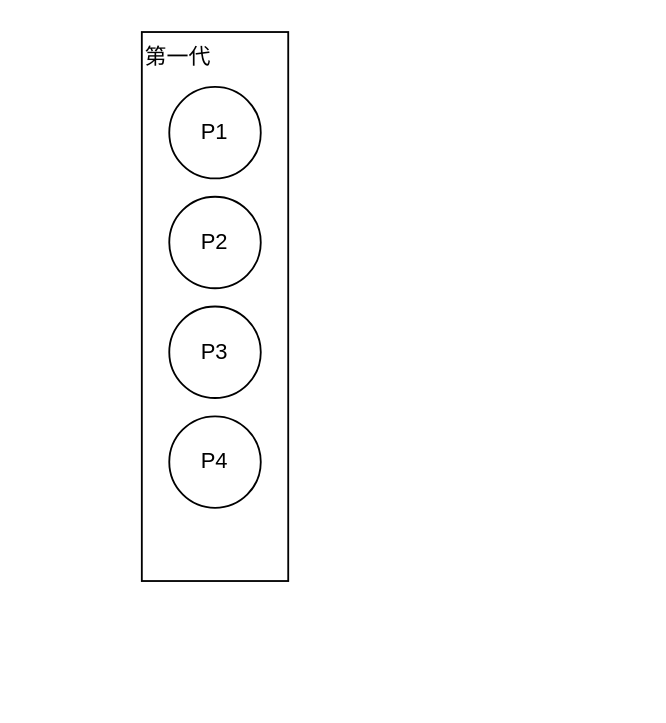
Above: 未命名绘图.drawio in catface996/images (draw.io), before the change. Source tidied: cells renumbered, new cells numbered last; positions are measured from the earlier drawing's top-left corner, leaving out a move shared by most shapes. Both pictures are drawn from the tidied source at 183%, with x=0, y=0 at pixel (141, 31).
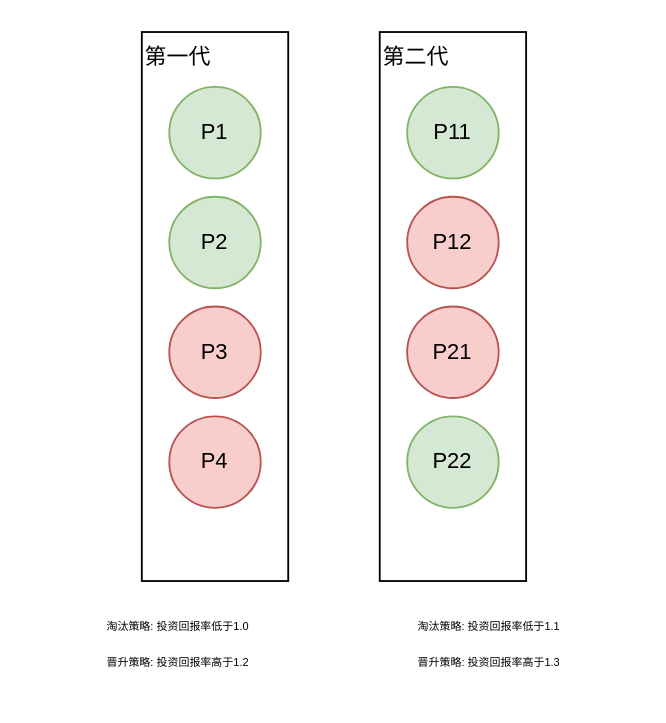
The same diagram, later.

Commit message:
千川投放-计划池.drawio

What changed in the source:
```diff
@@
 <mxGraphModel>
   <root>
     <mxCell id="0" />
     <mxCell id="1" parent="0" />
     <mxCell id="2" value="第一代" style="rounded=0;whiteSpace=wrap;html=1;align=left;verticalAlign=top;" parent="1" vertex="1">
       <mxGeometry width="80" height="300" as="geometry" />
     </mxCell>
-    <mxCell id="3" value="P1" style="ellipse;whiteSpace=wrap;html=1;" parent="1" vertex="1">
+    <mxCell id="3" value="P1" style="ellipse;whiteSpace=wrap;html=1;fillColor=#d5e8d4;strokeColor=#82b366;" parent="1" vertex="1">
       <mxGeometry x="15" y="30" width="50" height="50" as="geometry" />
     </mxCell>
-    <mxCell id="4" value="P2" style="ellipse;whiteSpace=wrap;html=1;" parent="1" vertex="1">
+    <mxCell id="4" value="P2" style="ellipse;whiteSpace=wrap;html=1;fillColor=#d5e8d4;strokeColor=#82b366;" parent="1" vertex="1">
       <mxGeometry x="15" y="90" width="50" height="50" as="geometry" />
     </mxCell>
-    <mxCell id="5" value="P3" style="ellipse;whiteSpace=wrap;html=1;" parent="1" vertex="1">
+    <mxCell id="5" value="P3" style="ellipse;whiteSpace=wrap;html=1;fillColor=#f8cecc;strokeColor=#b85450;" parent="1" vertex="1">
       <mxGeometry x="15" y="150" width="50" height="50" as="geometry" />
     </mxCell>
-    <mxCell id="6" value="P4" style="ellipse;whiteSpace=wrap;html=1;" parent="1" vertex="1">
+    <mxCell id="6" value="P4" style="ellipse;whiteSpace=wrap;html=1;fillColor=#f8cecc;strokeColor=#b85450;" parent="1" vertex="1">
       <mxGeometry x="15" y="210" width="50" height="50" as="geometry" />
     </mxCell>
+    <mxCell id="7" value="&lt;font style=&quot;font-size: 6px;&quot;&gt;淘汰策略: 投资回报率低于1.0&lt;/font&gt;" style="text;html=1;strokeColor=none;fillColor=none;align=center;verticalAlign=middle;whiteSpace=wrap;rounded=0;fontSize=6;" parent="1" vertex="1">
+      <mxGeometry x="-60" y="310" width="160" height="30" as="geometry" />
+    </mxCell>
+    <mxCell id="8" value="&lt;font style=&quot;font-size: 6px;&quot;&gt;晋升策略: 投资回报率高于1.2&lt;/font&gt;" style="text;html=1;strokeColor=none;fillColor=none;align=center;verticalAlign=middle;whiteSpace=wrap;rounded=0;fontSize=6;" parent="1" vertex="1">
+      <mxGeometry x="-60" y="330" width="160" height="30" as="geometry" />
+    </mxCell>
+    <mxCell id="9" value="第二代" style="rounded=0;whiteSpace=wrap;html=1;align=left;verticalAlign=top;" parent="1" vertex="1">
+      <mxGeometry x="130" width="80" height="300" as="geometry" />
+    </mxCell>
+    <mxCell id="10" value="P11" style="ellipse;whiteSpace=wrap;html=1;fillColor=#d5e8d4;strokeColor=#82b366;" parent="1" vertex="1">
+      <mxGeometry x="145" y="30" width="50" height="50" as="geometry" />
+    </mxCell>
+    <mxCell id="11" value="P12" style="ellipse;whiteSpace=wrap;html=1;fillColor=#f8cecc;strokeColor=#b85450;" parent="1" vertex="1">
+      <mxGeometry x="145" y="90" width="50" height="50" as="geometry" />
+    </mxCell>
+    <mxCell id="12" value="P21" style="ellipse;whiteSpace=wrap;html=1;fillColor=#f8cecc;strokeColor=#b85450;" parent="1" vertex="1">
+      <mxGeometry x="145" y="150" width="50" height="50" as="geometry" />
+    </mxCell>
+    <mxCell id="13" value="P22" style="ellipse;whiteSpace=wrap;html=1;fillColor=#d5e8d4;strokeColor=#82b366;" parent="1" vertex="1">
+      <mxGeometry x="145" y="210" width="50" height="50" as="geometry" />
+    </mxCell>
+    <mxCell id="14" value="&lt;font style=&quot;font-size: 6px&quot;&gt;淘汰策略: 投资回报率低于1.1&lt;/font&gt;" style="text;html=1;strokeColor=none;fillColor=none;align=center;verticalAlign=middle;whiteSpace=wrap;rounded=0;fontSize=6;" parent="1" vertex="1">
+      <mxGeometry x="110" y="310" width="160" height="30" as="geometry" />
+    </mxCell>
+    <mxCell id="15" value="&lt;font style=&quot;font-size: 6px&quot;&gt;晋升策略: 投资回报率高于1.3&lt;/font&gt;" style="text;html=1;strokeColor=none;fillColor=none;align=center;verticalAlign=middle;whiteSpace=wrap;rounded=0;fontSize=6;" parent="1" vertex="1">
+      <mxGeometry x="110" y="330" width="160" height="30" as="geometry" />
+    </mxCell>
   </root>
 </mxGraphModel>
```
